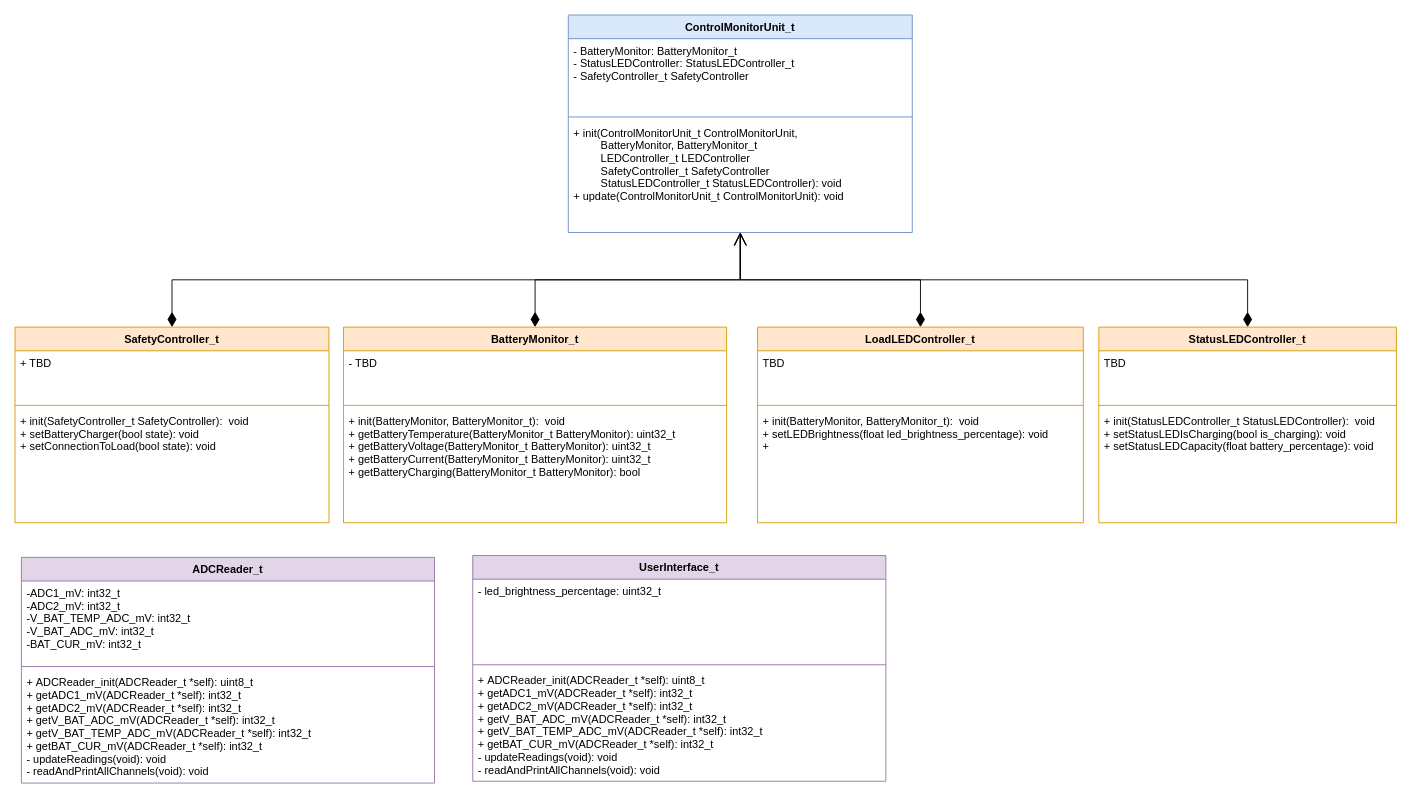
Before: doc/class_diagram.drawio in andrew-elsayeh/illumicarge_firmware, a draw.io diagram. Source tidied: cells renumbered, new cells numbered last; positions are measured from the earlier drawing's top-left corner, leaving out a move shared by most shapes. Both pictures are drawn from the tidied source at 91%, with x=0, y=0 at pixel (15, 15).
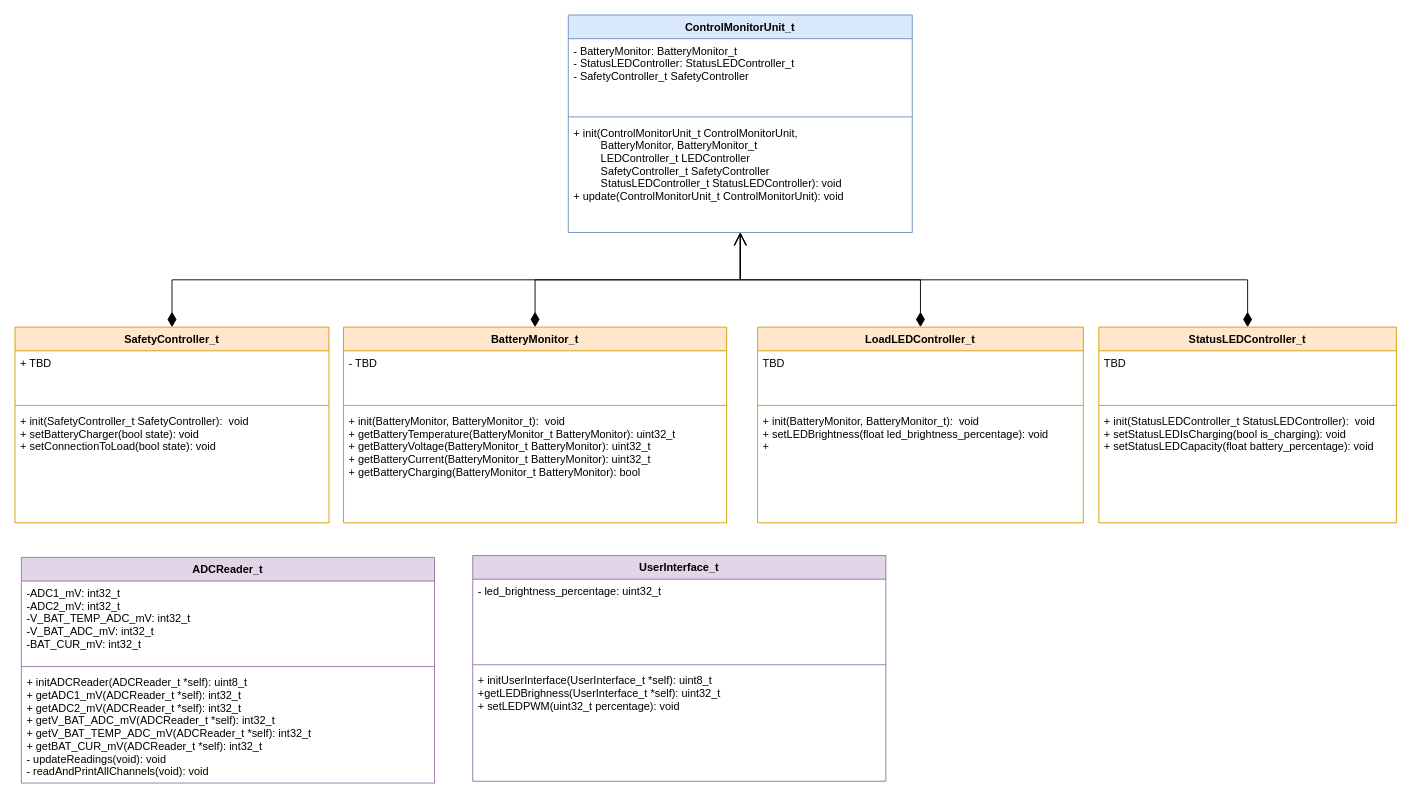
The same diagram, later.

The change refers to these unchanged cells:
```xml
<mxCell id="26" value="ADCReader_t" style="swimlane;fontStyle=1;align=center;verticalAlign=top;horizontal=1;startSize=26;fontFamily=Avenir;fillColor=#e1d5e7;strokeColor=#9673a6;" parent="1" vertex="1">
  <mxGeometry x="7" y="596" width="454" height="248" as="geometry" />
</mxCell>
<mxCell id="30" value="UserInterface_t" style="swimlane;fontStyle=1;align=center;verticalAlign=top;horizontal=1;startSize=26;fontFamily=Avenir;fillColor=#e1d5e7;strokeColor=#9673a6;" parent="1" vertex="1">
  <mxGeometry x="503" y="594" width="454" height="248" as="geometry" />
</mxCell>
```

Diff of the diagram source:
```diff
@@
-    <mxCell id="29" value="+ ADCReader_init(ADCReader_t *self): uint8_t&#10;+ getADC1_mV(ADCReader_t *self): int32_t&#10;+ getADC2_mV(ADCReader_t *self): int32_t&#10;+ getV_BAT_ADC_mV(ADCReader_t *self): int32_t&#10;+ getV_BAT_TEMP_ADC_mV(ADCReader_t *self): int32_t&#10;+ getBAT_CUR_mV(ADCReader_t *self): int32_t&#10;- updateReadings(void): void&#10;- readAndPrintAllChannels(void): void&#10;" style="text;strokeColor=none;fillColor=none;align=left;verticalAlign=top;spacingLeft=4;spacingRight=4;overflow=hidden;fontFamily=Avenir;" parent="26" vertex="1">
+    <mxCell id="29" value="+ initADCReader(ADCReader_t *self): uint8_t&#10;+ getADC1_mV(ADCReader_t *self): int32_t&#10;+ getADC2_mV(ADCReader_t *self): int32_t&#10;+ getV_BAT_ADC_mV(ADCReader_t *self): int32_t&#10;+ getV_BAT_TEMP_ADC_mV(ADCReader_t *self): int32_t&#10;+ getBAT_CUR_mV(ADCReader_t *self): int32_t&#10;- updateReadings(void): void&#10;- readAndPrintAllChannels(void): void&#10;" style="text;strokeColor=none;fillColor=none;align=left;verticalAlign=top;spacingLeft=4;spacingRight=4;overflow=hidden;fontFamily=Avenir;" parent="26" vertex="1">
       <mxGeometry y="124" width="454" height="124" as="geometry" />
     </mxCell>
@@
-    <mxCell id="33" value="+ ADCReader_init(ADCReader_t *self): uint8_t&#10;+ getADC1_mV(ADCReader_t *self): int32_t&#10;+ getADC2_mV(ADCReader_t *self): int32_t&#10;+ getV_BAT_ADC_mV(ADCReader_t *self): int32_t&#10;+ getV_BAT_TEMP_ADC_mV(ADCReader_t *self): int32_t&#10;+ getBAT_CUR_mV(ADCReader_t *self): int32_t&#10;- updateReadings(void): void&#10;- readAndPrintAllChannels(void): void&#10;" style="text;strokeColor=none;fillColor=none;align=left;verticalAlign=top;spacingLeft=4;spacingRight=4;overflow=hidden;fontFamily=Avenir;" parent="30" vertex="1">
+    <mxCell id="33" value="+ initUserInterface(UserInterface_t *self): uint8_t&#10;+getLEDBrighness(UserInterface_t *self): uint32_t&#10;+ setLEDPWM(uint32_t percentage): void&#10;" style="text;strokeColor=none;fillColor=none;align=left;verticalAlign=top;spacingLeft=4;spacingRight=4;overflow=hidden;fontFamily=Avenir;" parent="30" vertex="1">
       <mxGeometry y="124" width="454" height="124" as="geometry" />
     </mxCell>
```
